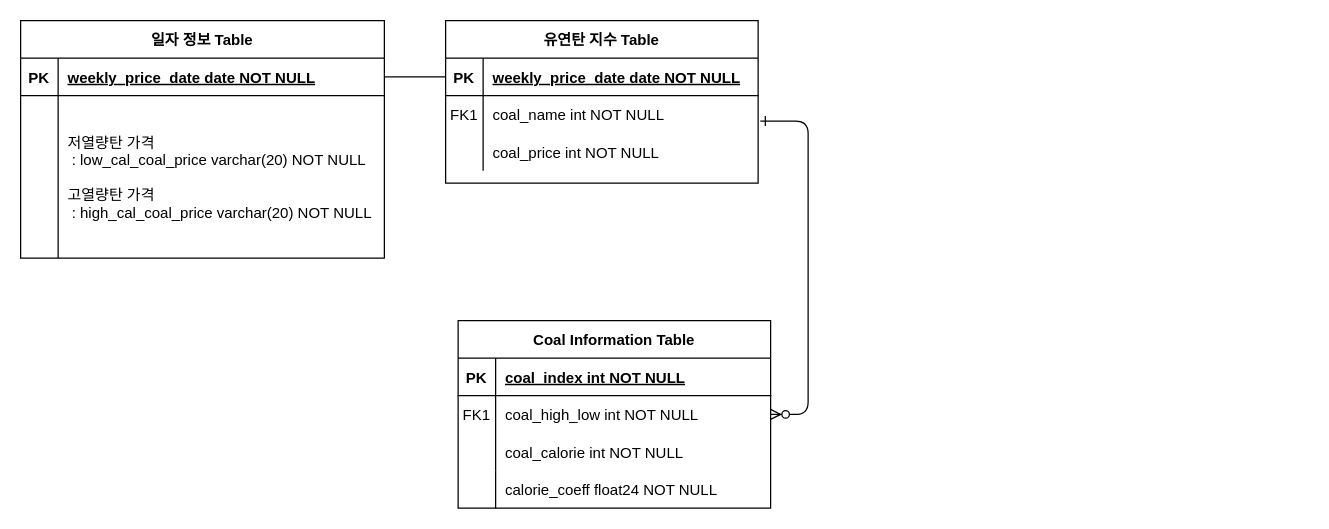
Earlier version of the draw.io diagram coal index.drawio (goldpu/idea_sktech). Source tidied: cells renumbered, new cells numbered last; positions are measured from the earlier drawing's top-left corner, leaving out a move shared by most shapes. Both pictures are drawn from the tidied source at 125%, with x=0, y=0 at pixel (20, 20).
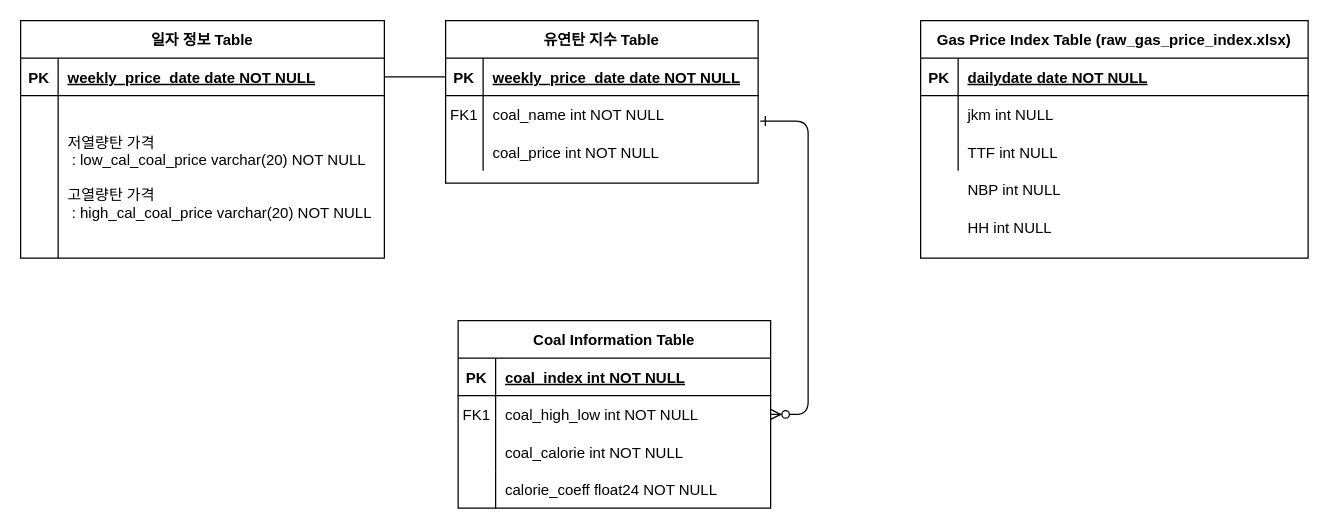
The same diagram, later.

What changed in the source:
```diff
@@
+    <mxCell id="35" value="Gas Price Index Table (raw_gas_price_index.xlsx)" style="shape=table;startSize=30;childLayout=tableLayout;rowLines=0;fontStyle=1;align=center;" parent="1" vertex="1">
+      <mxGeometry x="720" width="310" height="190" as="geometry" />
+    </mxCell>
+    <mxCell id="36" style="shape=partialRectangle;fillColor=none;top=0;left=0;right=0;bottom=1;" parent="35" vertex="1">
+      <mxGeometry y="30" width="310" height="30" as="geometry" />
+    </mxCell>
+    <mxCell id="37" value="PK" style="shape=partialRectangle;overflow=hidden;fillColor=none;top=0;left=0;bottom=0;right=0;fontStyle=1;" parent="36" vertex="1">
+      <mxGeometry width="30" height="30" as="geometry" />
+    </mxCell>
+    <mxCell id="38" value="dailydate date NOT NULL " style="shape=partialRectangle;overflow=hidden;fillColor=none;top=0;left=0;bottom=0;right=0;align=left;spacingLeft=6;fontStyle=5;" parent="36" vertex="1">
+      <mxGeometry x="30" width="280" height="30" as="geometry" />
+    </mxCell>
+    <mxCell id="39" style="shape=partialRectangle;fillColor=none;top=0;left=0;right=0;bottom=0;" parent="35" vertex="1">
+      <mxGeometry y="60" width="310" height="30" as="geometry" />
+    </mxCell>
+    <mxCell id="40" style="shape=partialRectangle;overflow=hidden;fillColor=none;top=0;left=0;bottom=0;right=0;" parent="39" vertex="1">
+      <mxGeometry width="30" height="30" as="geometry" />
+    </mxCell>
+    <mxCell id="41" value="jkm int NULL" style="shape=partialRectangle;overflow=hidden;fillColor=none;top=0;left=0;bottom=0;right=0;align=left;spacingLeft=6;" parent="39" vertex="1">
+      <mxGeometry x="30" width="280" height="30" as="geometry" />
+    </mxCell>
+    <mxCell id="42" style="shape=partialRectangle;fillColor=none;top=0;left=0;right=0;bottom=0;" parent="35" vertex="1">
+      <mxGeometry y="90" width="310" height="30" as="geometry" />
+    </mxCell>
+    <mxCell id="43" style="shape=partialRectangle;overflow=hidden;fillColor=none;top=0;left=0;bottom=0;right=0;" parent="42" vertex="1">
+      <mxGeometry width="30" height="30" as="geometry" />
+    </mxCell>
+    <mxCell id="44" value="TTF int NULL" style="shape=partialRectangle;overflow=hidden;fillColor=none;top=0;left=0;bottom=0;right=0;align=left;spacingLeft=6;" parent="42" vertex="1">
+      <mxGeometry x="30" width="280" height="30" as="geometry" />
+    </mxCell>
+    <mxCell id="45" value="NBP int NULL" style="shape=partialRectangle;overflow=hidden;fillColor=none;top=0;left=0;bottom=0;right=0;align=left;spacingLeft=6;" parent="1" vertex="1">
+      <mxGeometry x="750" y="120" width="280" height="30" as="geometry" />
+    </mxCell>
+    <mxCell id="46" value="HH int NULL" style="shape=partialRectangle;overflow=hidden;fillColor=none;top=0;left=0;bottom=0;right=0;align=left;spacingLeft=6;" parent="1" vertex="1">
+      <mxGeometry x="750" y="150" width="280" height="30" as="geometry" />
+    </mxCell>
```
